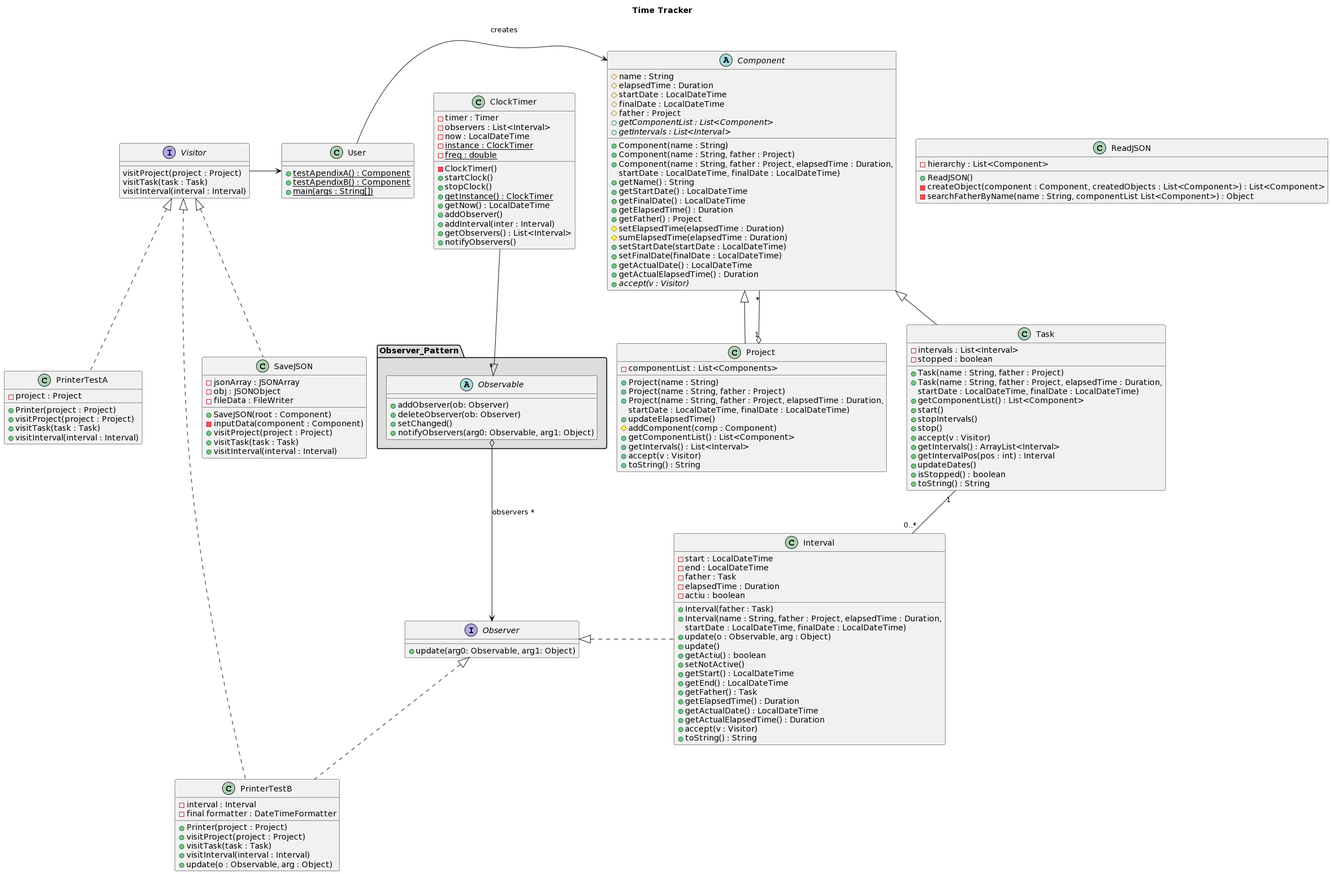
Above: diagram/classDiagram.png in joaquimcodina/TimeTracker (PlantUML), before the change.
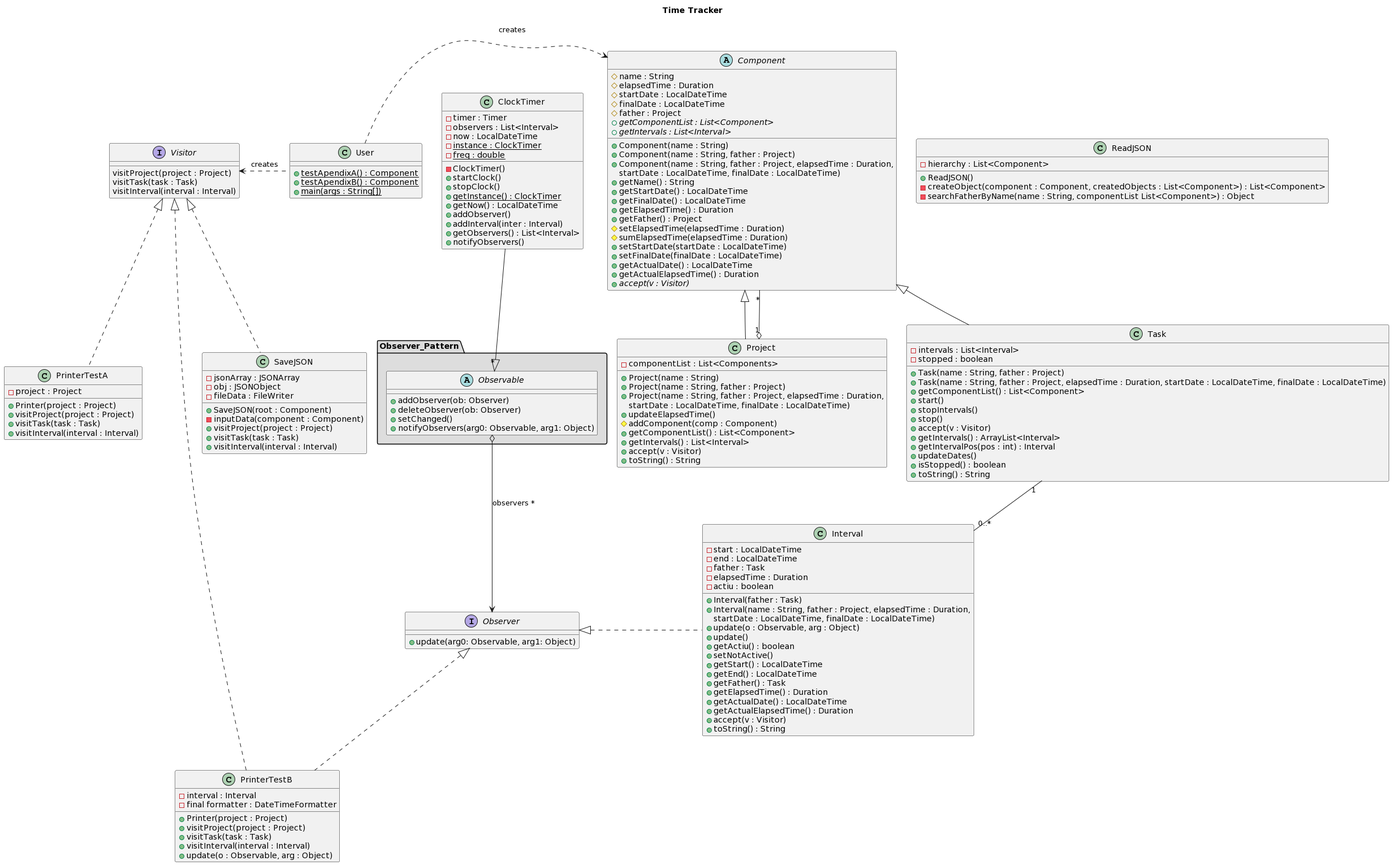
Later version of the same file.

What changed in the source:
```diff
@@ -48,8 +48,7 @@
 - intervals : List<Interval>
 - stopped : boolean
 + Task(name : String, father : Project)
-+ Task(name : String, father : Project, elapsedTime : Duration,
-        startDate : LocalDateTime, finalDate : LocalDateTime)
++ Task(name : String, father : Project, elapsedTime : Duration, startDate : LocalDateTime, finalDate : LocalDateTime)
 + getComponentList() : List<Component>
 + start()
 + stopIntervals()
@@ -164,9 +163,9 @@
 - searchFatherByName(name : String, componentList List<Component>) : Object
 }
 
-User -right-> Component : creates
+User .right.> Component : creates
 Project "1" o-- "*" Component
-Visitor -right-> User
+Visitor <.right. User : creates
 Task "1"--"0..*" Interval
 Interval .left.|> Observer
 ClockTimer --|> "*" Observable
```
